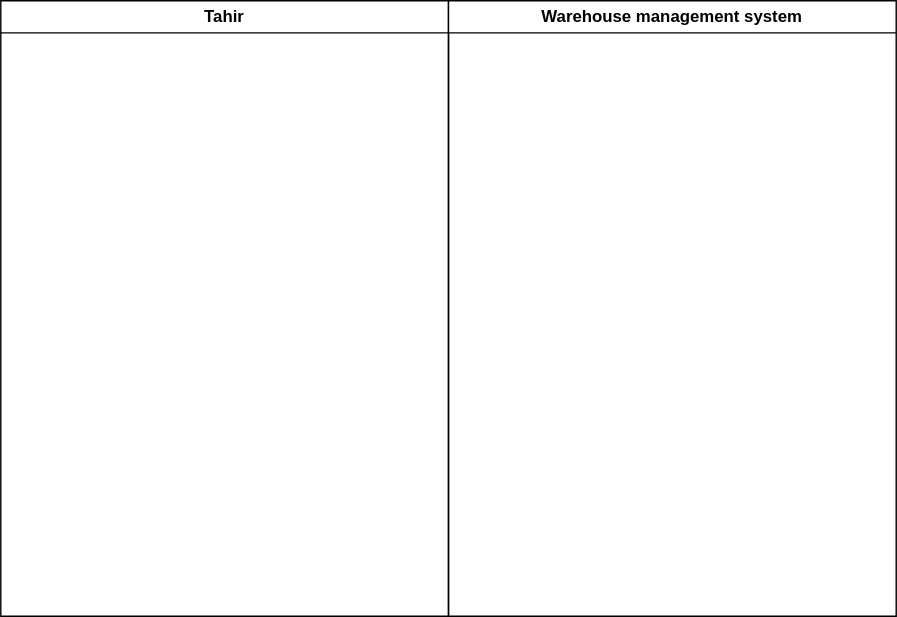
This is warehouse_act.svg from Simamkele88/IFM3_GP, a draw.io export, as it was before one commit. Source tidied: cells renumbered, new cells last; positions are measured from the earlier drawing's top-left corner, leaving out a move shared by most shapes. Its diagram source:
```xml
<mxGraphModel>
  <root>
    <mxCell id="0" />
    <mxCell id="1" parent="0" />
    <mxCell id="2" value="Tahir" style="swimlane;whiteSpace=wrap;html=1;" parent="1" vertex="1">
      <mxGeometry width="320" height="440" as="geometry" />
    </mxCell>
    <mxCell id="3" value="Warehouse management system" style="swimlane;whiteSpace=wrap;html=1;" parent="1" vertex="1">
      <mxGeometry x="320" width="320" height="440" as="geometry" />
    </mxCell>
  </root>
</mxGraphModel>
```
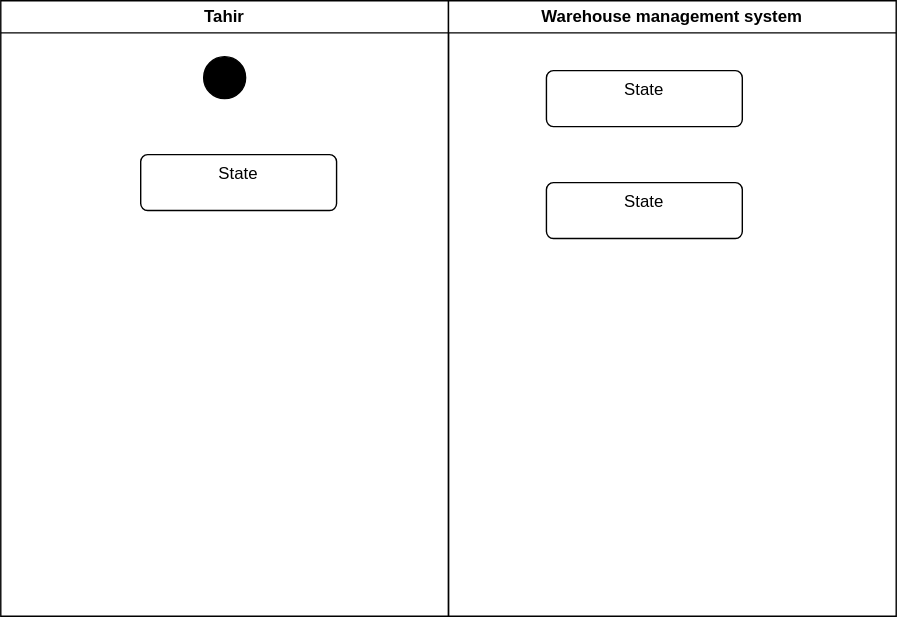
After the commit.

What changed in the source:
```diff
@@ -5,8 +5,20 @@
     <mxCell id="2" value="Tahir" style="swimlane;whiteSpace=wrap;html=1;" parent="1" vertex="1">
       <mxGeometry width="320" height="440" as="geometry" />
     </mxCell>
+    <mxCell id="4" style="ellipse;fillColor=strokeColor;html=1;" parent="2" vertex="1">
+      <mxGeometry x="145" y="40" width="30" height="30" as="geometry" />
+    </mxCell>
+    <mxCell id="5" value="State" style="html=1;align=center;verticalAlign=top;rounded=1;absoluteArcSize=1;arcSize=10;dashed=0;whiteSpace=wrap;" parent="2" vertex="1">
+      <mxGeometry x="100" y="110" width="140" height="40" as="geometry" />
+    </mxCell>
     <mxCell id="3" value="Warehouse management system" style="swimlane;whiteSpace=wrap;html=1;" parent="1" vertex="1">
       <mxGeometry x="320" width="320" height="440" as="geometry" />
     </mxCell>
+    <mxCell id="6" value="State" style="html=1;align=center;verticalAlign=top;rounded=1;absoluteArcSize=1;arcSize=10;dashed=0;whiteSpace=wrap;" parent="3" vertex="1">
+      <mxGeometry x="70" y="50" width="140" height="40" as="geometry" />
+    </mxCell>
+    <mxCell id="7" value="State" style="html=1;align=center;verticalAlign=top;rounded=1;absoluteArcSize=1;arcSize=10;dashed=0;whiteSpace=wrap;" parent="3" vertex="1">
+      <mxGeometry x="70" y="130" width="140" height="40" as="geometry" />
+    </mxCell>
   </root>
 </mxGraphModel>
```
